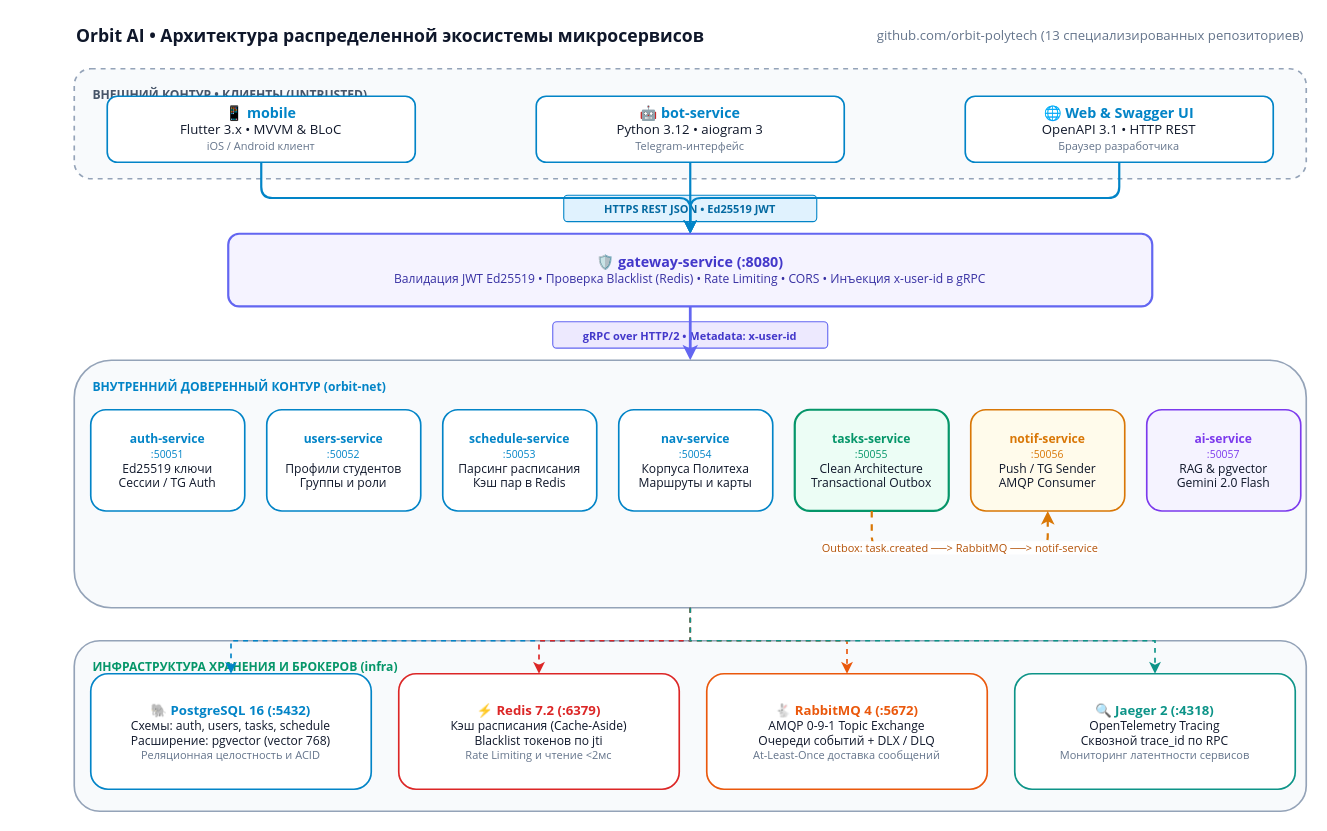
Before: docs/drawio/architecture-overview.drawio in orbit-polytech/orbit-docs, a draw.io diagram. Source tidied: cells renumbered, new cells numbered last; positions are measured from the earlier drawing's top-left corner, leaving out a move shared by most shapes. Both pictures are drawn from the tidied source at 110%, with x=0, y=0 at pixel (74, 19).
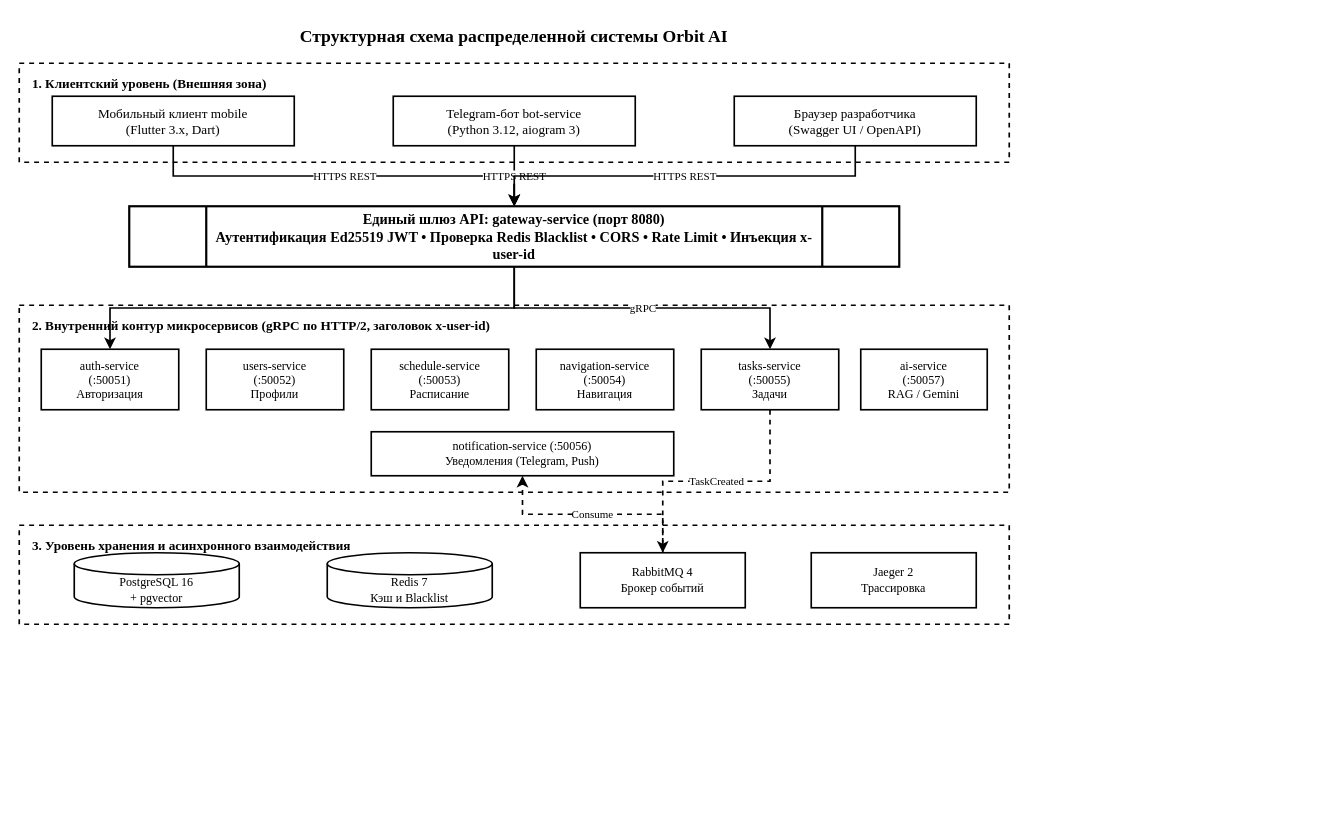
Above is the later version.

Change to the diagram source:
```diff
@@
-    <mxCell id="2" value="Orbit AI • Архитектура распределенной экосистемы микросервисов" style="text;html=1;strokeColor=none;fillColor=none;align=left;verticalAlign=middle;whiteSpace=wrap;rounded=0;fontFamily=Segoe UI, Arial, sans-serif;fontStyle=1;fontSize=16;fontColor=#0f172a;" parent="1" vertex="1">
-      <mxGeometry width="700" height="30" as="geometry" />
+    <mxCell id="2" value="Структурная схема распределенной системы Orbit AI" style="text;html=1;strokeColor=none;fillColor=none;align=center;verticalAlign=middle;whiteSpace=wrap;rounded=0;fontFamily=Times New Roman;fontStyle=1;fontSize=16;fontColor=#000000;" parent="1" vertex="1">
+      <mxGeometry width="800" height="30" as="geometry" />
     </mxCell>
-    <mxCell id="3" value="github.com/orbit-polytech (13 специализированных репозиториев)" style="text;html=1;strokeColor=none;fillColor=none;align=right;verticalAlign=middle;whiteSpace=wrap;rounded=0;fontFamily=Segoe UI, Arial, sans-serif;fontSize=12;fontColor=#64748b;" parent="1" vertex="1">
-      <mxGeometry x="720" width="400" height="30" as="geometry" />
-    </mxCell>
-    <mxCell id="4" value="ВНЕШНИЙ КОНТУР • КЛИЕНТЫ (UNTRUSTED)" style="rounded=1;whiteSpace=wrap;html=1;dashed=1;strokeColor=#94a3b8;strokeWidth=1.5;fillColor=#f8fafc;verticalAlign=top;align=left;spacingLeft=15;spacingTop=10;fontFamily=Segoe UI, Arial, sans-serif;fontStyle=1;fontSize=11;fontColor=#475569;" parent="1" vertex="1">
-      <mxGeometry y="45" width="1120" height="100" as="geometry" />
-    </mxCell>
-    <mxCell id="5" value="&lt;b style=&quot;color:#0284c7;font-size:13px;&quot;&gt;📱 mobile&lt;/b&gt;&lt;br/&gt;Flutter 3.x • MVVM &amp;amp; BLoC&lt;br/&gt;&lt;span style=&quot;color:#64748b;font-size:10px;&quot;&gt;iOS / Android клиент&lt;/span&gt;" style="rounded=1;whiteSpace=wrap;html=1;strokeColor=#0284c7;strokeWidth=1.5;fillColor=#ffffff;fontFamily=Segoe UI, Arial, sans-serif;fontSize=12;fontColor=#0f172a;" parent="1" vertex="1">
-      <mxGeometry x="30" y="70" width="280" height="60" as="geometry" />
-    </mxCell>
-    <mxCell id="6" value="&lt;b style=&quot;color:#0284c7;font-size:13px;&quot;&gt;🤖 bot-service&lt;/b&gt;&lt;br/&gt;Python 3.12 • aiogram 3&lt;br/&gt;&lt;span style=&quot;color:#64748b;font-size:10px;&quot;&gt;Telegram-интерфейс&lt;/span&gt;" style="rounded=1;whiteSpace=wrap;html=1;strokeColor=#0284c7;strokeWidth=1.5;fillColor=#ffffff;fontFamily=Segoe UI, Arial, sans-serif;fontSize=12;fontColor=#0f172a;" parent="1" vertex="1">
-      <mxGeometry x="420" y="70" width="280" height="60" as="geometry" />
-    </mxCell>
-    <mxCell id="7" value="&lt;b style=&quot;color:#0284c7;font-size:13px;&quot;&gt;🌐 Web &amp;amp; Swagger UI&lt;/b&gt;&lt;br/&gt;OpenAPI 3.1 • HTTP REST&lt;br/&gt;&lt;span style=&quot;color:#64748b;font-size:10px;&quot;&gt;Браузер разработчика&lt;/span&gt;" style="rounded=1;whiteSpace=wrap;html=1;strokeColor=#0284c7;strokeWidth=1.5;fillColor=#ffffff;fontFamily=Segoe UI, Arial, sans-serif;fontSize=12;fontColor=#0f172a;" parent="1" vertex="1">
-      <mxGeometry x="810" y="70" width="280" height="60" as="geometry" />
-    </mxCell>
-    <mxCell id="8" value="HTTPS REST JSON • Ed25519 JWT" style="rounded=1;whiteSpace=wrap;html=1;strokeColor=#0284c7;strokeWidth=1;fillColor=#e0f2fe;fontFamily=Segoe UI, Arial, sans-serif;fontStyle=1;fontSize=10;fontColor=#0369a1;" parent="1" vertex="1">
-      <mxGeometry x="445" y="160" width="230" height="24" as="geometry" />
-    </mxCell>
-    <mxCell id="9" style="edgeStyle=orthogonalEdgeStyle;rounded=1;jettySize=auto;html=1;strokeColor=#0284c7;strokeWidth=2;" parent="1" edge="1" source="5" target="12">
-      <mxGeometry relative="1" as="geometry" />
-    </mxCell>
-    <mxCell id="10" style="edgeStyle=orthogonalEdgeStyle;rounded=1;jettySize=auto;html=1;strokeColor=#0284c7;strokeWidth=2;" parent="1" edge="1" source="6" target="12">
-      <mxGeometry relative="1" as="geometry" />
-    </mxCell>
-    <mxCell id="11" style="edgeStyle=orthogonalEdgeStyle;rounded=1;jettySize=auto;html=1;strokeColor=#0284c7;strokeWidth=2;" parent="1" edge="1" source="7" target="12">
-      <mxGeometry relative="1" as="geometry" />
-    </mxCell>
-    <mxCell id="12" value="&lt;b style=&quot;font-size:13px;color:#4338ca;&quot;&gt;🛡️ gateway-service (:8080)&lt;/b&gt;&lt;br/&gt;&lt;span style=&quot;font-size:11px;color:#3730a3;&quot;&gt;Валидация JWT Ed25519 • Проверка Blacklist (Redis) • Rate Limiting • CORS • Инъекция x-user-id в gRPC&lt;/span&gt;" style="rounded=1;whiteSpace=wrap;html=1;strokeColor=#6366f1;strokeWidth=2;fillColor=#f5f3ff;fontFamily=Segoe UI, Arial, sans-serif;fontSize=12;fontColor=#1e1b4b;" parent="1" vertex="1">
-      <mxGeometry x="140" y="195" width="840" height="66" as="geometry" />
-    </mxCell>
-    <mxCell id="13" value="gRPC over HTTP/2 • Metadata: x-user-id" style="rounded=1;whiteSpace=wrap;html=1;strokeColor=#6366f1;strokeWidth=1;fillColor=#ede9fe;fontFamily=Segoe UI, Arial, sans-serif;fontStyle=1;fontSize=10;fontColor=#4338ca;" parent="1" vertex="1">
-      <mxGeometry x="435" y="275" width="250" height="24" as="geometry" />
-    </mxCell>
-    <mxCell id="14" style="edgeStyle=orthogonalEdgeStyle;rounded=0;jettySize=auto;html=1;strokeColor=#6366f1;strokeWidth=2.5;" parent="1" edge="1" source="12" target="15">
-      <mxGeometry relative="1" as="geometry" />
-    </mxCell>
-    <mxCell id="15" value="ВНУТРЕННИЙ ДОВЕРЕННЫЙ КОНТУР (orbit-net)" style="rounded=1;whiteSpace=wrap;html=1;strokeColor=#94a3b8;strokeWidth=1.5;fillColor=#f8fafc;verticalAlign=top;align=left;spacingLeft=15;spacingTop=10;fontFamily=Segoe UI, Arial, sans-serif;fontStyle=1;fontSize=11;fontColor=#0284c7;" parent="1" vertex="1">
-      <mxGeometry y="310" width="1120" height="225" as="geometry" />
-    </mxCell>
-    <mxCell id="16" value="&lt;b style=&quot;color:#0284c7;&quot;&gt;auth-service&lt;/b&gt;&lt;br/&gt;&lt;span style=&quot;color:#0284c7;font-size:9.5px;&quot;&gt;:50051&lt;/span&gt;&lt;br/&gt;Ed25519 ключи&lt;br/&gt;Сессии / TG Auth" style="rounded=1;whiteSpace=wrap;html=1;strokeColor=#0284c7;strokeWidth=1.5;fillColor=#ffffff;fontFamily=Segoe UI, Arial, sans-serif;fontSize=11;fontColor=#0f172a;" parent="1" vertex="1">
-      <mxGeometry x="15" y="355" width="140" height="92" as="geometry" />
-    </mxCell>
-    <mxCell id="17" value="&lt;b style=&quot;color:#0284c7;&quot;&gt;users-service&lt;/b&gt;&lt;br/&gt;&lt;span style=&quot;color:#0284c7;font-size:9.5px;&quot;&gt;:50052&lt;/span&gt;&lt;br/&gt;Профили студентов&lt;br/&gt;Группы и роли" style="rounded=1;whiteSpace=wrap;html=1;strokeColor=#0284c7;strokeWidth=1.5;fillColor=#ffffff;fontFamily=Segoe UI, Arial, sans-serif;fontSize=11;fontColor=#0f172a;" parent="1" vertex="1">
-      <mxGeometry x="175" y="355" width="140" height="92" as="geometry" />
-    </mxCell>
-    <mxCell id="18" value="&lt;b style=&quot;color:#0284c7;&quot;&gt;schedule-service&lt;/b&gt;&lt;br/&gt;&lt;span style=&quot;color:#0284c7;font-size:9.5px;&quot;&gt;:50053&lt;/span&gt;&lt;br/&gt;Парсинг расписания&lt;br/&gt;Кэш пар в Redis" style="rounded=1;whiteSpace=wrap;html=1;strokeColor=#0284c7;strokeWidth=1.5;fillColor=#ffffff;fontFamily=Segoe UI, Arial, sans-serif;fontSize=11;fontColor=#0f172a;" parent="1" vertex="1">
-      <mxGeometry x="335" y="355" width="140" height="92" as="geometry" />
-    </mxCell>
-    <mxCell id="19" value="&lt;b style=&quot;color:#0284c7;&quot;&gt;nav-service&lt;/b&gt;&lt;br/&gt;&lt;span style=&quot;color:#0284c7;font-size:9.5px;&quot;&gt;:50054&lt;/span&gt;&lt;br/&gt;Корпуса Политеха&lt;br/&gt;Маршруты и карты" style="rounded=1;whiteSpace=wrap;html=1;strokeColor=#0284c7;strokeWidth=1.5;fillColor=#ffffff;fontFamily=Segoe UI, Arial, sans-serif;fontSize=11;fontColor=#0f172a;" parent="1" vertex="1">
-      <mxGeometry x="495" y="355" width="140" height="92" as="geometry" />
-    </mxCell>
-    <mxCell id="20" value="&lt;b style=&quot;color:#059669;&quot;&gt;tasks-service&lt;/b&gt;&lt;br/&gt;&lt;span style=&quot;color:#059669;font-size:9.5px;&quot;&gt;:50055&lt;/span&gt;&lt;br/&gt;Clean Architecture&lt;br/&gt;Transactional Outbox" style="rounded=1;whiteSpace=wrap;html=1;strokeColor=#059669;strokeWidth=2;fillColor=#ecfdf5;fontFamily=Segoe UI, Arial, sans-serif;fontSize=11;fontColor=#0f172a;" parent="1" vertex="1">
-      <mxGeometry x="655" y="355" width="140" height="92" as="geometry" />
-    </mxCell>
-    <mxCell id="21" value="&lt;b style=&quot;color:#d97706;&quot;&gt;notif-service&lt;/b&gt;&lt;br/&gt;&lt;span style=&quot;color:#d97706;font-size:9.5px;&quot;&gt;:50056&lt;/span&gt;&lt;br/&gt;Push / TG Sender&lt;br/&gt;AMQP Consumer" style="rounded=1;whiteSpace=wrap;html=1;strokeColor=#d97706;strokeWidth=1.5;fillColor=#fffbeb;fontFamily=Segoe UI, Arial, sans-serif;fontSize=11;fontColor=#0f172a;" parent="1" vertex="1">
-      <mxGeometry x="815" y="355" width="140" height="92" as="geometry" />
-    </mxCell>
-    <mxCell id="22" value="&lt;b style=&quot;color:#7c3aed;&quot;&gt;ai-service&lt;/b&gt;&lt;br/&gt;&lt;span style=&quot;color:#7c3aed;font-size:9.5px;&quot;&gt;:50057&lt;/span&gt;&lt;br/&gt;RAG &amp;amp; pgvector&lt;br/&gt;Gemini 2.0 Flash" style="rounded=1;whiteSpace=wrap;html=1;strokeColor=#7c3aed;strokeWidth=1.5;fillColor=#f5f3ff;fontFamily=Segoe UI, Arial, sans-serif;fontSize=11;fontColor=#0f172a;" parent="1" vertex="1">
-      <mxGeometry x="975" y="355" width="140" height="92" as="geometry" />
-    </mxCell>
-    <mxCell id="23" value="Outbox: task.created ──&gt; RabbitMQ ──&gt; notif-service" style="edgeStyle=orthogonalEdgeStyle;rounded=1;jettySize=auto;html=1;dashed=1;strokeColor=#d97706;strokeWidth=2;fontFamily=Segoe UI, Arial, sans-serif;fontSize=10;fontColor=#b45309;" parent="1" edge="1" source="20" target="21">
-      <mxGeometry relative="1" as="geometry">
-        <Array as="points">
-          <mxPoint x="725" y="480" />
-          <mxPoint x="885" y="480" />
-        </Array>
-      </mxGeometry>
-    </mxCell>
-    <mxCell id="24" value="ИНФРАСТРУКТУРА ХРАНЕНИЯ И БРОКЕРОВ (infra)" style="rounded=1;whiteSpace=wrap;html=1;strokeColor=#94a3b8;strokeWidth=1.5;fillColor=#f8fafc;verticalAlign=top;align=left;spacingLeft=15;spacingTop=10;fontFamily=Segoe UI, Arial, sans-serif;fontStyle=1;fontSize=11;fontColor=#059669;" parent="1" vertex="1">
-      <mxGeometry y="565" width="1120" height="155" as="geometry" />
-    </mxCell>
-    <mxCell id="25" value="&lt;b style=&quot;color:#0284c7;font-size:12px;&quot;&gt;🐘 PostgreSQL 16 (:5432)&lt;/b&gt;&lt;br/&gt;Схемы: auth, users, tasks, schedule&lt;br/&gt;Расширение: pgvector (vector 768)&lt;br/&gt;&lt;span style=&quot;color:#64748b;font-size:10px;&quot;&gt;Реляционная целостность и ACID&lt;/span&gt;" style="rounded=1;whiteSpace=wrap;html=1;strokeColor=#0284c7;strokeWidth=1.5;fillColor=#ffffff;fontFamily=Segoe UI, Arial, sans-serif;fontSize=11;fontColor=#0f172a;" parent="1" vertex="1">
-      <mxGeometry x="15" y="595" width="255" height="105" as="geometry" />
-    </mxCell>
-    <mxCell id="26" value="&lt;b style=&quot;color:#dc2626;font-size:12px;&quot;&gt;⚡ Redis 7.2 (:6379)&lt;/b&gt;&lt;br/&gt;Кэш расписания (Cache-Aside)&lt;br/&gt;Blacklist токенов по jti&lt;br/&gt;&lt;span style=&quot;color:#64748b;font-size:10px;&quot;&gt;Rate Limiting и чтение &amp;lt;2мс&lt;/span&gt;" style="rounded=1;whiteSpace=wrap;html=1;strokeColor=#dc2626;strokeWidth=1.5;fillColor=#ffffff;fontFamily=Segoe UI, Arial, sans-serif;fontSize=11;fontColor=#0f172a;" parent="1" vertex="1">
-      <mxGeometry x="295" y="595" width="255" height="105" as="geometry" />
-    </mxCell>
-    <mxCell id="27" value="&lt;b style=&quot;color:#ea580c;font-size:12px;&quot;&gt;🐇 RabbitMQ 4 (:5672)&lt;/b&gt;&lt;br/&gt;AMQP 0-9-1 Topic Exchange&lt;br/&gt;Очереди событий + DLX / DLQ&lt;br/&gt;&lt;span style=&quot;color:#64748b;font-size:10px;&quot;&gt;At-Least-Once доставка сообщений&lt;/span&gt;" style="rounded=1;whiteSpace=wrap;html=1;strokeColor=#ea580c;strokeWidth=1.5;fillColor=#ffffff;fontFamily=Segoe UI, Arial, sans-serif;fontSize=11;fontColor=#0f172a;" parent="1" vertex="1">
-      <mxGeometry x="575" y="595" width="255" height="105" as="geometry" />
-    </mxCell>
-    <mxCell id="28" value="&lt;b style=&quot;color:#0d9488;font-size:12px;&quot;&gt;🔍 Jaeger 2 (:4318)&lt;/b&gt;&lt;br/&gt;OpenTelemetry Tracing&lt;br/&gt;Сквозной trace_id по RPC&lt;br/&gt;&lt;span style=&quot;color:#64748b;font-size:10px;&quot;&gt;Мониторинг латентности сервисов&lt;/span&gt;" style="rounded=1;whiteSpace=wrap;html=1;strokeColor=#0d9488;strokeWidth=1.5;fillColor=#ffffff;fontFamily=Segoe UI, Arial, sans-serif;fontSize=11;fontColor=#0f172a;" parent="1" vertex="1">
-      <mxGeometry x="855" y="595" width="255" height="105" as="geometry" />
-    </mxCell>
-    <mxCell id="29" style="edgeStyle=orthogonalEdgeStyle;rounded=0;jettySize=auto;html=1;dashed=1;strokeColor=#0284c7;strokeWidth=1.5;" parent="1" edge="1" source="15" target="25">
-      <mxGeometry relative="1" as="geometry" />
-    </mxCell>
-    <mxCell id="30" style="edgeStyle=orthogonalEdgeStyle;rounded=0;jettySize=auto;html=1;dashed=1;strokeColor=#dc2626;strokeWidth=1.5;" parent="1" edge="1" source="15" target="26">
-      <mxGeometry relative="1" as="geometry" />
-    </mxCell>
-    <mxCell id="31" style="edgeStyle=orthogonalEdgeStyle;rounded=0;jettySize=auto;html=1;dashed=1;strokeColor=#ea580c;strokeWidth=1.5;" parent="1" edge="1" source="15" target="27">
-      <mxGeometry relative="1" as="geometry" />
-    </mxCell>
-    <mxCell id="32" style="edgeStyle=orthogonalEdgeStyle;rounded=0;jettySize=auto;html=1;dashed=1;strokeColor=#0d9488;strokeWidth=1.5;" parent="1" edge="1" source="15" target="28">
-      <mxGeometry relative="1" as="geometry" />
-    </mxCell>
+    <mxCell id="33" value="1. Клиентский уровень (Внешняя зона)" style="rounded=0;whiteSpace=wrap;html=1;strokeColor=#000000;strokeWidth=1.5;dashed=1;fillColor=#ffffff;verticalAlign=top;align=left;spacingLeft=10;spacingTop=5;fontFamily=Times New Roman;fontStyle=1;fontSize=12;fontColor=#000000;" parent="1" vertex="1">
+      <mxGeometry x="-50" y="40" width="900" height="90" as="geometry" />
+    </mxCell>
+    <mxCell id="34" value="Мобильный клиент mobile&#10;(Flutter 3.x, Dart)" style="rounded=0;whiteSpace=wrap;html=1;fontFamily=Times New Roman;fontSize=12;fontColor=#000000;strokeColor=#000000;strokeWidth=1.5;fillColor=#ffffff;" parent="1" vertex="1">
+      <mxGeometry x="-20" y="70" width="220" height="45" as="geometry" />
+    </mxCell>
+    <mxCell id="35" value="Telegram-бот bot-service&#10;(Python 3.12, aiogram 3)" style="rounded=0;whiteSpace=wrap;html=1;fontFamily=Times New Roman;fontSize=12;fontColor=#000000;strokeColor=#000000;strokeWidth=1.5;fillColor=#ffffff;" parent="1" vertex="1">
+      <mxGeometry x="290" y="70" width="220" height="45" as="geometry" />
+    </mxCell>
+    <mxCell id="36" value="Браузер разработчика&#10;(Swagger UI / OpenAPI)" style="rounded=0;whiteSpace=wrap;html=1;fontFamily=Times New Roman;fontSize=12;fontColor=#000000;strokeColor=#000000;strokeWidth=1.5;fillColor=#ffffff;" parent="1" vertex="1">
+      <mxGeometry x="600" y="70" width="220" height="45" as="geometry" />
+    </mxCell>
+    <mxCell id="37" value="Единый шлюз API: gateway-service (порт 8080)&#10;Аутентификация Ed25519 JWT • Проверка Redis Blacklist • CORS • Rate Limit • Инъекция x-user-id" style="shape=process;backgroundOutline=1;rounded=0;whiteSpace=wrap;html=1;fontFamily=Times New Roman;fontSize=13;fontStyle=1;fontColor=#000000;strokeColor=#000000;strokeWidth=2;fillColor=#ffffff;" parent="1" vertex="1">
+      <mxGeometry x="50" y="170" width="700" height="55" as="geometry" />
+    </mxCell>
+    <mxCell id="38" value="HTTPS REST" style="edgeStyle=orthogonalEdgeStyle;rounded=0;jettySize=auto;html=1;strokeColor=#000000;strokeWidth=1.5;fontFamily=Times New Roman;fontSize=10;fontColor=#000000;" parent="1" edge="1" source="34" target="37">
+      <mxGeometry relative="1" as="geometry" />
+    </mxCell>
+    <mxCell id="39" value="HTTPS REST" style="edgeStyle=orthogonalEdgeStyle;rounded=0;jettySize=auto;html=1;strokeColor=#000000;strokeWidth=1.5;fontFamily=Times New Roman;fontSize=10;fontColor=#000000;" parent="1" edge="1" source="35" target="37">
+      <mxGeometry relative="1" as="geometry" />
+    </mxCell>
+    <mxCell id="40" value="HTTPS REST" style="edgeStyle=orthogonalEdgeStyle;rounded=0;jettySize=auto;html=1;strokeColor=#000000;strokeWidth=1.5;fontFamily=Times New Roman;fontSize=10;fontColor=#000000;" parent="1" edge="1" source="36" target="37">
+      <mxGeometry relative="1" as="geometry" />
+    </mxCell>
+    <mxCell id="41" value="2. Внутренний контур микросервисов (gRPC по HTTP/2, заголовок x-user-id)" style="rounded=0;whiteSpace=wrap;html=1;strokeColor=#000000;strokeWidth=1.5;dashed=1;fillColor=#ffffff;verticalAlign=top;align=left;spacingLeft=10;spacingTop=5;fontFamily=Times New Roman;fontStyle=1;fontSize=12;fontColor=#000000;" parent="1" vertex="1">
+      <mxGeometry x="-50" y="260" width="900" height="170" as="geometry" />
+    </mxCell>
+    <mxCell id="42" value="auth-service&#10;(:50051)&#10;Авторизация" style="rounded=0;whiteSpace=wrap;html=1;fontFamily=Times New Roman;fontSize=11;fontColor=#000000;strokeColor=#000000;strokeWidth=1.5;fillColor=#ffffff;" parent="1" vertex="1">
+      <mxGeometry x="-30" y="300" width="125" height="55" as="geometry" />
+    </mxCell>
+    <mxCell id="43" value="users-service&#10;(:50052)&#10;Профили" style="rounded=0;whiteSpace=wrap;html=1;fontFamily=Times New Roman;fontSize=11;fontColor=#000000;strokeColor=#000000;strokeWidth=1.5;fillColor=#ffffff;" parent="1" vertex="1">
+      <mxGeometry x="120" y="300" width="125" height="55" as="geometry" />
+    </mxCell>
+    <mxCell id="44" value="schedule-service&#10;(:50053)&#10;Расписание" style="rounded=0;whiteSpace=wrap;html=1;fontFamily=Times New Roman;fontSize=11;fontColor=#000000;strokeColor=#000000;strokeWidth=1.5;fillColor=#ffffff;" parent="1" vertex="1">
+      <mxGeometry x="270" y="300" width="125" height="55" as="geometry" />
+    </mxCell>
+    <mxCell id="45" value="navigation-service&#10;(:50054)&#10;Навигация" style="rounded=0;whiteSpace=wrap;html=1;fontFamily=Times New Roman;fontSize=11;fontColor=#000000;strokeColor=#000000;strokeWidth=1.5;fillColor=#ffffff;" parent="1" vertex="1">
+      <mxGeometry x="420" y="300" width="125" height="55" as="geometry" />
+    </mxCell>
+    <mxCell id="46" value="tasks-service&#10;(:50055)&#10;Задачи" style="rounded=0;whiteSpace=wrap;html=1;fontFamily=Times New Roman;fontSize=11;fontColor=#000000;strokeColor=#000000;strokeWidth=1.5;fillColor=#ffffff;" parent="1" vertex="1">
+      <mxGeometry x="570" y="300" width="125" height="55" as="geometry" />
+    </mxCell>
+    <mxCell id="47" value="ai-service&#10;(:50057)&#10;RAG / Gemini" style="rounded=0;whiteSpace=wrap;html=1;fontFamily=Times New Roman;fontSize=11;fontColor=#000000;strokeColor=#000000;strokeWidth=1.5;fillColor=#ffffff;" parent="1" vertex="1">
+      <mxGeometry x="715" y="300" width="115" height="55" as="geometry" />
+    </mxCell>
+    <mxCell id="48" value="notification-service (:50056)&#10;Уведомления (Telegram, Push)" style="rounded=0;whiteSpace=wrap;html=1;fontFamily=Times New Roman;fontSize=11;fontColor=#000000;strokeColor=#000000;strokeWidth=1.5;fillColor=#ffffff;" parent="1" vertex="1">
+      <mxGeometry x="270" y="375" width="275" height="40" as="geometry" />
+    </mxCell>
+    <mxCell id="49" value="gRPC" style="edgeStyle=orthogonalEdgeStyle;rounded=0;jettySize=auto;html=1;strokeColor=#000000;strokeWidth=1.5;fontFamily=Times New Roman;fontSize=10;fontColor=#000000;" parent="1" edge="1" source="37" target="46">
+      <mxGeometry relative="1" as="geometry" />
+    </mxCell>
+    <mxCell id="50" style="edgeStyle=orthogonalEdgeStyle;rounded=0;jettySize=auto;html=1;strokeColor=#000000;strokeWidth=1.5;" parent="1" edge="1" source="37" target="42">
+      <mxGeometry relative="1" as="geometry" />
+    </mxCell>
+    <mxCell id="51" value="3. Уровень хранения и асинхронного взаимодействия" style="rounded=0;whiteSpace=wrap;html=1;strokeColor=#000000;strokeWidth=1.5;dashed=1;fillColor=#ffffff;verticalAlign=top;align=left;spacingLeft=10;spacingTop=5;fontFamily=Times New Roman;fontStyle=1;fontSize=12;fontColor=#000000;" parent="1" vertex="1">
+      <mxGeometry x="-50" y="460" width="900" height="90" as="geometry" />
+    </mxCell>
+    <mxCell id="52" value="PostgreSQL 16&#10;+ pgvector" style="shape=cylinder3;whiteSpace=wrap;html=1;boundedLbl=1;backgroundOutline=1;size=10;fontFamily=Times New Roman;fontSize=11;fontColor=#000000;strokeColor=#000000;strokeWidth=1.5;fillColor=#ffffff;" parent="1" vertex="1">
+      <mxGeometry y="485" width="150" height="50" as="geometry" />
+    </mxCell>
+    <mxCell id="53" value="Redis 7&#10;Кэш и Blacklist" style="shape=cylinder3;whiteSpace=wrap;html=1;boundedLbl=1;backgroundOutline=1;size=10;fontFamily=Times New Roman;fontSize=11;fontColor=#000000;strokeColor=#000000;strokeWidth=1.5;fillColor=#ffffff;" parent="1" vertex="1">
+      <mxGeometry x="230" y="485" width="150" height="50" as="geometry" />
+    </mxCell>
+    <mxCell id="54" value="RabbitMQ 4&#10;Брокер событий" style="rounded=0;whiteSpace=wrap;html=1;fontFamily=Times New Roman;fontSize=11;fontColor=#000000;strokeColor=#000000;strokeWidth=1.5;fillColor=#ffffff;" parent="1" vertex="1">
+      <mxGeometry x="460" y="485" width="150" height="50" as="geometry" />
+    </mxCell>
+    <mxCell id="55" value="Jaeger 2&#10;Трассировка" style="rounded=0;whiteSpace=wrap;html=1;fontFamily=Times New Roman;fontSize=11;fontColor=#000000;strokeColor=#000000;strokeWidth=1.5;fillColor=#ffffff;" parent="1" vertex="1">
+      <mxGeometry x="670" y="485" width="150" height="50" as="geometry" />
+    </mxCell>
+    <mxCell id="56" value="TaskCreated" style="edgeStyle=orthogonalEdgeStyle;rounded=0;jettySize=auto;html=1;strokeColor=#000000;strokeWidth=1.5;dashed=1;fontFamily=Times New Roman;fontSize=10;fontColor=#000000;" parent="1" edge="1" source="46" target="54">
+      <mxGeometry relative="1" as="geometry" />
+    </mxCell>
+    <mxCell id="57" value="Consume" style="edgeStyle=orthogonalEdgeStyle;rounded=0;jettySize=auto;html=1;strokeColor=#000000;strokeWidth=1.5;dashed=1;fontFamily=Times New Roman;fontSize=10;fontColor=#000000;" parent="1" edge="1" source="54" target="48">
+      <mxGeometry relative="1" as="geometry" />
+    </mxCell>
```
